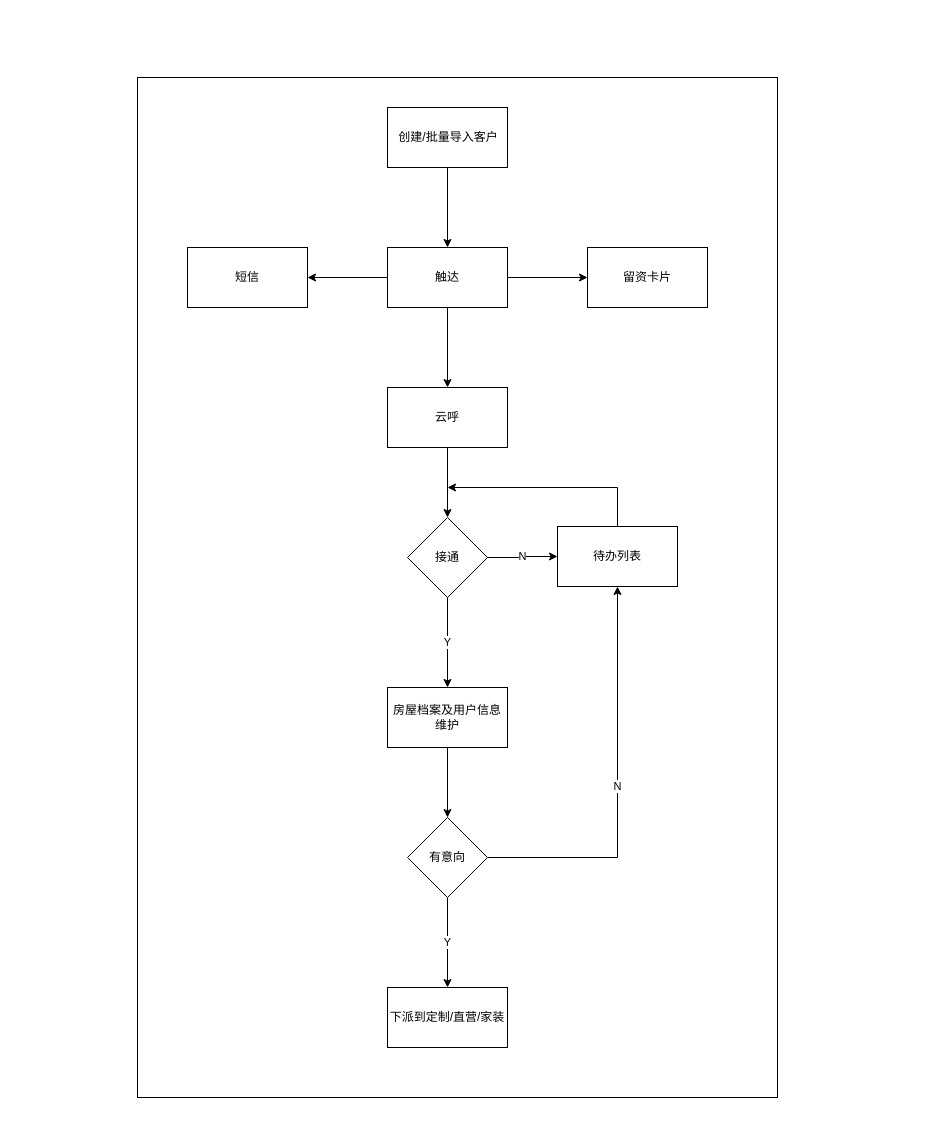
This is 2020/未命名绘图.drawio from tunshiyu/tunshiyu.github.io, a draw.io file, before an edit. Source tidied: cells renumbered, new cells numbered last; positions are measured from the earlier drawing's top-left corner, leaving out a move shared by most shapes. Both pictures are drawn from the tidied source at 100%, with x=0, y=0 at pixel (137, 77).
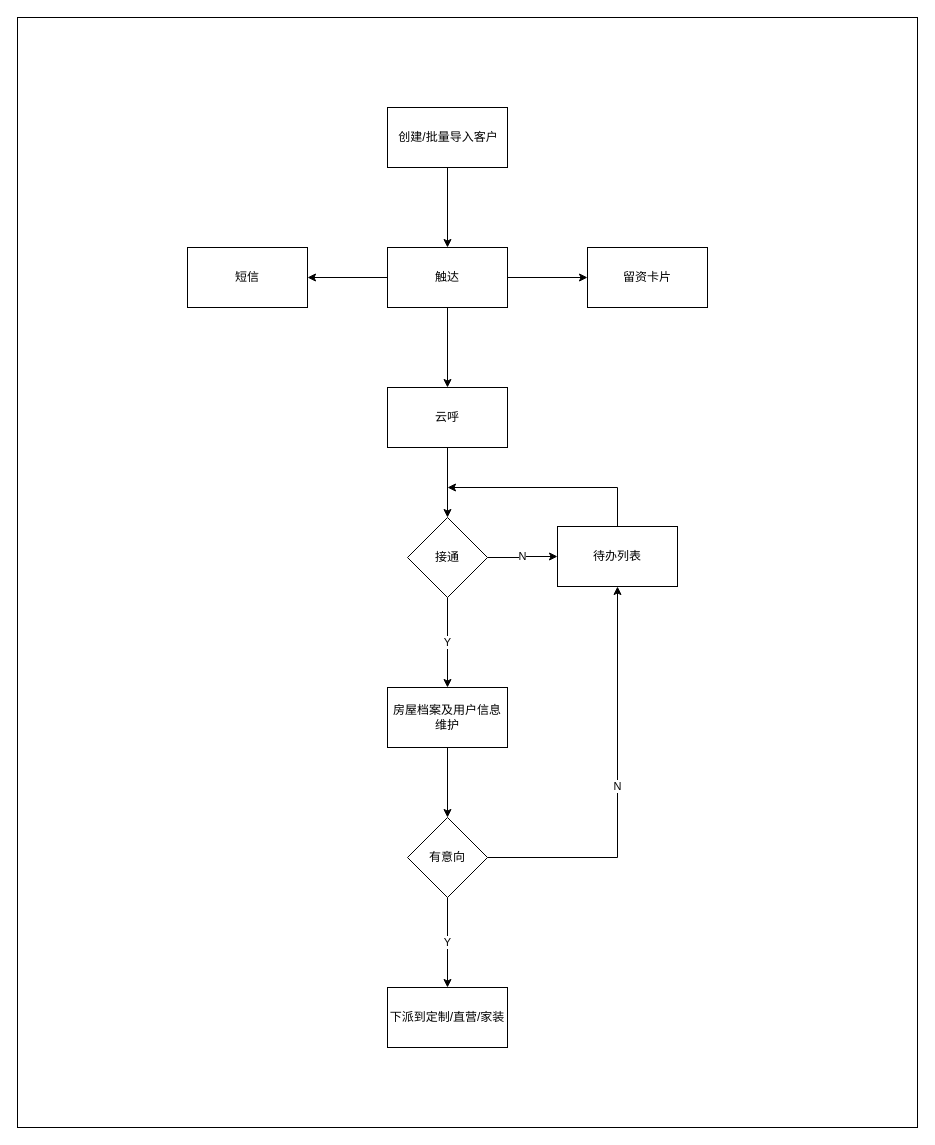
The same page after the edit.

Commit message:
中心化流程图.drawio

The edit, as a diff of the source:
```diff
@@
-    <mxCell id="2" style="rounded=0;whiteSpace=wrap;html=1;" parent="1" vertex="1">
-      <mxGeometry width="640" height="1020" as="geometry" />
+    <mxCell id="2" style="rounded=0;whiteSpace=wrap;html=1;direction=south;" parent="1" vertex="1">
+      <mxGeometry x="-120" y="-60" width="900" height="1110" as="geometry" />
     </mxCell>
```
